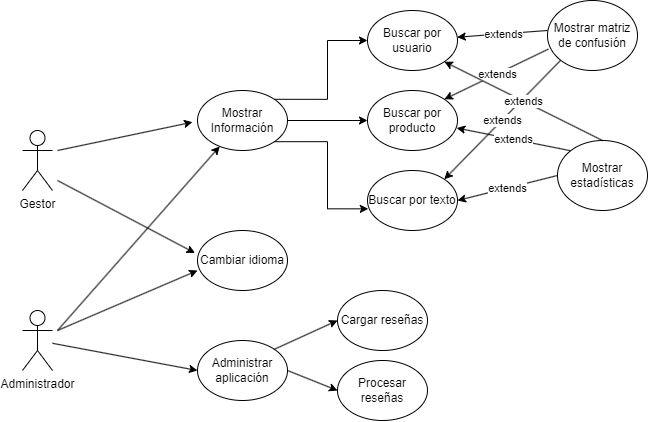
tgs1003/TFG_2023_2024 keeps this draw.io diagram as Documentación/Memoria/img/Diagrama de casos de uso.png. Above is the earlier version. Source tidied: cells renumbered, new cells last; positions are measured from the earlier drawing's top-left corner, leaving out a move shared by most shapes.
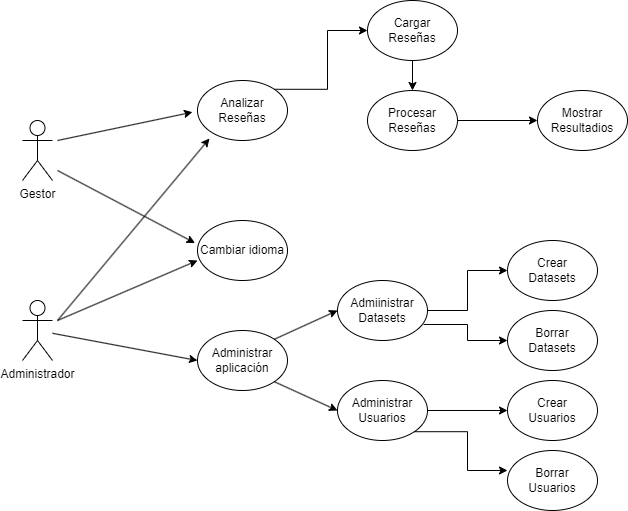
Above is the later version.

The edit, as a diff of the source:
```diff
@@ -11,13 +11,7 @@
     <mxCell id="4" style="edgeStyle=orthogonalEdgeStyle;rounded=0;jettySize=auto;html=1;entryX=0;entryY=0.5;entryDx=0;entryDy=0;exitX=1;exitY=0;exitDx=0;exitDy=0;" parent="1" edge="1" source="7" target="12">
       <mxGeometry relative="1" as="geometry" />
     </mxCell>
-    <mxCell id="5" style="edgeStyle=orthogonalEdgeStyle;rounded=0;jettySize=auto;html=1;entryX=0.009;entryY=0.639;entryDx=0;entryDy=0;entryPerimeter=0;exitX=1;exitY=1;exitDx=0;exitDy=0;" parent="1" edge="1" source="7" target="13">
-      <mxGeometry relative="1" as="geometry" />
-    </mxCell>
-    <mxCell id="6" style="edgeStyle=orthogonalEdgeStyle;rounded=0;jettySize=auto;html=1;" parent="1" edge="1" source="7" target="14">
-      <mxGeometry relative="1" as="geometry" />
-    </mxCell>
-    <mxCell id="7" value="Mostrar&lt;br&gt;Información" style="ellipse;whiteSpace=wrap;html=1;" parent="1" vertex="1">
+    <mxCell id="7" value="Analizar&lt;br&gt;Reseñas" style="ellipse;whiteSpace=wrap;html=1;" parent="1" vertex="1">
       <mxGeometry x="175" y="90" width="90" height="60" as="geometry" />
     </mxCell>
     <mxCell id="8" value="Cambiar idioma" style="ellipse;whiteSpace=wrap;html=1;" parent="1" vertex="1">
@@ -34,21 +28,18 @@
     <mxCell id="11" style="endArrow=classic;html=1;rounded=0;entryX=0;entryY=0.5;entryDx=0;entryDy=0;" parent="1" edge="1" source="3" target="9">
       <mxGeometry relative="1" as="geometry" />
     </mxCell>
+    <mxCell id="36" style="edgeStyle=orthogonalEdgeStyle;rounded=0;jettySize=auto;html=1;" parent="1" edge="1" source="12" target="46">
+      <mxGeometry relative="1" as="geometry" />
+    </mxCell>
-    <mxCell id="12" value="Buscar por usuario" style="ellipse;whiteSpace=wrap;html=1;" parent="1" vertex="1">
+    <mxCell id="12" value="Cargar&lt;br&gt;Reseñas" style="ellipse;whiteSpace=wrap;html=1;" parent="1" vertex="1">
       <mxGeometry x="345" y="10" width="90" height="60" as="geometry" />
     </mxCell>
-    <mxCell id="13" value="Buscar por texto" style="ellipse;whiteSpace=wrap;html=1;" parent="1" vertex="1">
-      <mxGeometry x="345" y="170" width="90" height="60" as="geometry" />
-    </mxCell>
-    <mxCell id="14" value="Buscar por producto" style="ellipse;whiteSpace=wrap;html=1;" parent="1" vertex="1">
-      <mxGeometry x="345" y="90" width="90" height="60" as="geometry" />
-    </mxCell>
     <mxCell id="15" style="endArrow=classic;html=1;rounded=0;entryX=-0.028;entryY=0.375;entryDx=0;entryDy=0;entryPerimeter=0;" parent="1" edge="1" target="8">
       <mxGeometry relative="1" as="geometry">
         <mxPoint x="35" y="180" as="sourcePoint" />
       </mxGeometry>
     </mxCell>
-    <mxCell id="16" style="endArrow=classic;html=1;rounded=0;" parent="1" edge="1" target="7">
+    <mxCell id="16" style="endArrow=classic;html=1;rounded=0;entryX=0.133;entryY=0.967;entryDx=0;entryDy=0;entryPerimeter=0;" parent="1" edge="1" target="7">
       <mxGeometry relative="1" as="geometry">
         <mxPoint x="35" y="330" as="sourcePoint" />
       </mxGeometry>
@@ -58,61 +49,50 @@
         <mxPoint x="35" y="330" as="sourcePoint" />
       </mxGeometry>
     </mxCell>
-    <mxCell id="18" style="endArrow=classic;html=1;rounded=0;" parent="1" edge="1" target="12">
-      <mxGeometry relative="1" as="geometry">
-        <mxPoint x="525" y="30" as="sourcePoint" />
-      </mxGeometry>
-    </mxCell>
-    <mxCell id="19" value="extends" style="edgeLabel;html=1;align=center;verticalAlign=middle;" parent="18" vertex="1">
-      <mxGeometry relative="1" as="geometry" />
-    </mxCell>
-    <mxCell id="20" value="Mostrar matriz de confusión" style="ellipse;whiteSpace=wrap;html=1;" parent="1" vertex="1">
-      <mxGeometry x="525" width="90" height="70" as="geometry" />
-    </mxCell>
-    <mxCell id="21" style="endArrow=classic;html=1;rounded=0;entryX=1;entryY=0;entryDx=0;entryDy=0;exitX=0.01;exitY=0.694;exitDx=0;exitDy=0;exitPerimeter=0;" parent="1" edge="1" source="20" target="14">
-      <mxGeometry relative="1" as="geometry" />
-    </mxCell>
-    <mxCell id="22" value="extends" style="edgeLabel;html=1;align=center;verticalAlign=middle;" parent="21" vertex="1">
-      <mxGeometry relative="1" as="geometry" />
-    </mxCell>
-    <mxCell id="23" style="endArrow=classic;html=1;rounded=0;entryX=1;entryY=0;entryDx=0;entryDy=0;exitX=0;exitY=1;exitDx=0;exitDy=0;" parent="1" edge="1" source="20" target="13">
-      <mxGeometry relative="1" as="geometry" />
-    </mxCell>
-    <mxCell id="24" value="extends" style="edgeLabel;html=1;align=center;verticalAlign=middle;" parent="23" vertex="1">
-      <mxGeometry relative="1" as="geometry" />
-    </mxCell>
-    <mxCell id="25" value="Mostrar estadísticas" style="ellipse;whiteSpace=wrap;html=1;" parent="1" vertex="1">
-      <mxGeometry x="535" y="140" width="90" height="70" as="geometry" />
-    </mxCell>
-    <mxCell id="26" style="endArrow=classic;html=1;rounded=0;entryX=1;entryY=0.5;entryDx=0;entryDy=0;exitX=0;exitY=0.5;exitDx=0;exitDy=0;" parent="1" edge="1" source="25" target="13">
-      <mxGeometry relative="1" as="geometry" />
-    </mxCell>
-    <mxCell id="27" value="extends" style="edgeLabel;html=1;align=center;verticalAlign=middle;" parent="26" vertex="1">
-      <mxGeometry relative="1" as="geometry" />
-    </mxCell>
-    <mxCell id="28" style="endArrow=classic;html=1;rounded=0;entryX=0.991;entryY=0.625;entryDx=0;entryDy=0;exitX=0;exitY=0;exitDx=0;exitDy=0;entryPerimeter=0;" parent="1" edge="1" source="25" target="14">
-      <mxGeometry relative="1" as="geometry" />
-    </mxCell>
-    <mxCell id="29" value="extends" style="edgeLabel;html=1;align=center;verticalAlign=middle;" parent="28" vertex="1">
-      <mxGeometry relative="1" as="geometry" />
-    </mxCell>
-    <mxCell id="30" style="endArrow=classic;html=1;rounded=0;entryX=1;entryY=1;entryDx=0;entryDy=0;exitX=0.5;exitY=0;exitDx=0;exitDy=0;" parent="1" edge="1" source="25" target="12">
-      <mxGeometry relative="1" as="geometry" />
-    </mxCell>
-    <mxCell id="31" value="extends" style="edgeLabel;html=1;align=center;verticalAlign=middle;" parent="30" vertex="1">
-      <mxGeometry relative="1" as="geometry" />
-    </mxCell>
+    <mxCell id="37" style="edgeStyle=orthogonalEdgeStyle;rounded=0;jettySize=auto;html=1;" parent="1" edge="1" source="32" target="39">
+      <mxGeometry relative="1" as="geometry" />
+    </mxCell>
-    <mxCell id="32" value="Cargar reseñas" style="ellipse;whiteSpace=wrap;html=1;" parent="1" vertex="1">
+    <mxCell id="32" value="Admiinistrar&lt;br&gt;Datasets" style="ellipse;whiteSpace=wrap;html=1;" parent="1" vertex="1">
       <mxGeometry x="315" y="290" width="90" height="60" as="geometry" />
     </mxCell>
+    <mxCell id="38" style="edgeStyle=orthogonalEdgeStyle;rounded=0;jettySize=auto;html=1;" parent="1" edge="1" source="33" target="42">
+      <mxGeometry relative="1" as="geometry" />
+    </mxCell>
-    <mxCell id="33" value="Procesar reseñas" style="ellipse;whiteSpace=wrap;html=1;" parent="1" vertex="1">
-      <mxGeometry x="315" y="360" width="90" height="60" as="geometry" />
+    <mxCell id="33" value="Administrar&lt;br&gt;Usuarios" style="ellipse;whiteSpace=wrap;html=1;" parent="1" vertex="1">
+      <mxGeometry x="315" y="390" width="90" height="60" as="geometry" />
     </mxCell>
     <mxCell id="34" style="endArrow=classic;html=1;rounded=0;exitX=1;exitY=0;exitDx=0;exitDy=0;entryX=0;entryY=0.5;entryDx=0;entryDy=0;" parent="1" edge="1" source="9" target="32">
       <mxGeometry relative="1" as="geometry" />
     </mxCell>
-    <mxCell id="35" style="endArrow=classic;html=1;rounded=0;exitX=1;exitY=0.5;exitDx=0;exitDy=0;entryX=0;entryY=0.5;entryDx=0;entryDy=0;" parent="1" edge="1" source="9" target="33">
+    <mxCell id="35" style="endArrow=classic;html=1;rounded=0;exitX=1;exitY=1;exitDx=0;exitDy=0;entryX=0;entryY=0.5;entryDx=0;entryDy=0;" parent="1" edge="1" source="9" target="33">
       <mxGeometry relative="1" as="geometry" />
     </mxCell>
+    <mxCell id="39" value="Crear&lt;br&gt;Datasets" style="ellipse;whiteSpace=wrap;html=1;" parent="1" vertex="1">
+      <mxGeometry x="485" y="250" width="90" height="60" as="geometry" />
+    </mxCell>
+    <mxCell id="40" value="Borrar&lt;br&gt;Datasets" style="ellipse;whiteSpace=wrap;html=1;" parent="1" vertex="1">
+      <mxGeometry x="485" y="320" width="90" height="60" as="geometry" />
+    </mxCell>
+    <mxCell id="41" style="edgeStyle=orthogonalEdgeStyle;rounded=0;jettySize=auto;html=1;exitX=0.956;exitY=0.733;exitDx=0;exitDy=0;exitPerimeter=0;entryX=0;entryY=0.5;entryDx=0;entryDy=0;" parent="1" edge="1" source="32" target="40">
+      <mxGeometry relative="1" as="geometry" />
+    </mxCell>
+    <mxCell id="42" value="Crear&lt;br&gt;Usuarios" style="ellipse;whiteSpace=wrap;html=1;" parent="1" vertex="1">
+      <mxGeometry x="485" y="390" width="90" height="60" as="geometry" />
+    </mxCell>
+    <mxCell id="43" value="Borrar&lt;br&gt;Usuarios" style="ellipse;whiteSpace=wrap;html=1;" parent="1" vertex="1">
+      <mxGeometry x="485" y="460" width="90" height="60" as="geometry" />
+    </mxCell>
+    <mxCell id="44" style="edgeStyle=orthogonalEdgeStyle;rounded=0;jettySize=auto;html=1;exitX=1;exitY=1;exitDx=0;exitDy=0;entryX=0;entryY=0.333;entryDx=0;entryDy=0;entryPerimeter=0;" parent="1" edge="1" source="33" target="43">
+      <mxGeometry relative="1" as="geometry" />
+    </mxCell>
+    <mxCell id="45" style="edgeStyle=orthogonalEdgeStyle;rounded=0;jettySize=auto;html=1;" parent="1" edge="1" source="46" target="47">
+      <mxGeometry relative="1" as="geometry" />
+    </mxCell>
+    <mxCell id="46" value="Procesar&lt;br&gt;Reseñas" style="ellipse;whiteSpace=wrap;html=1;" parent="1" vertex="1">
+      <mxGeometry x="345" y="100" width="90" height="60" as="geometry" />
+    </mxCell>
+    <mxCell id="47" value="Mostrar&lt;br&gt;Resultadios" style="ellipse;whiteSpace=wrap;html=1;" parent="1" vertex="1">
+      <mxGeometry x="515" y="100" width="90" height="60" as="geometry" />
+    </mxCell>
   </root>
 </mxGraphModel>
```
